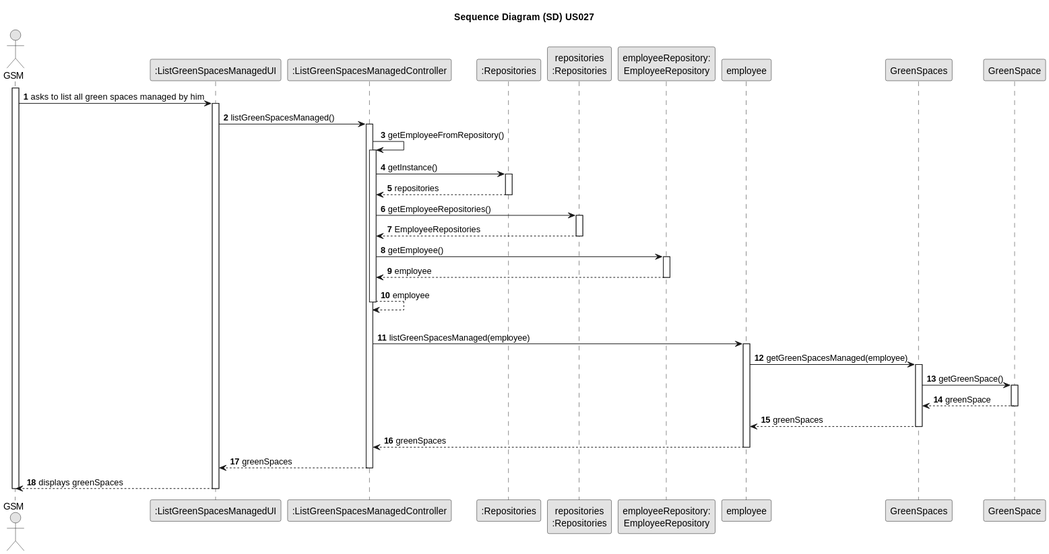
This is docs/sprintC/US027/03.design/svg/us027-sequence-diagram-full.svg from LopemigueISEP/lei-24-s2-1nb-g312, a PlantUML export, as it was before one commit. Its diagram source:
```plantuml
@startuml
skinparam monochrome true
skinparam packageStyle rectangle
skinparam shadowing false

autonumber

title Sequence Diagram (SD) US027

actor "GSM" as GSM
participant ":ListGreenSpacesManagedUI" as UI
participant ":ListGreenSpacesManagedController" as CTRL
participant ":Repositories" as RepositorySingleton
participant "repositories\n:Repositories" as PLAT
participant "employeeRepository:\nEmployeeRepository" as EmployeeRepository
participant "employee" as employee
participant "GreenSpaces" as GreenSpaces
participant "GreenSpace" as GreenSpace

activate GSM

        GSM -> UI : asks to list all green spaces managed by him

        activate UI



            UI -> CTRL : listGreenSpacesManaged()
            activate CTRL

                CTRL->CTRL: getEmployeeFromRepository()

                    activate CTRL
                    CTRL -> RepositorySingleton : getInstance()
                    activate RepositorySingleton

                    RepositorySingleton --> CTRL : repositories
                    deactivate RepositorySingleton

                    CTRL -> PLAT : getEmployeeRepositories()
                    activate PLAT


                    PLAT --> CTRL : EmployeeRepositories
                    deactivate PLAT


                    CTRL -> EmployeeRepository: getEmployee()
                    activate EmployeeRepository
                    EmployeeRepository -->CTRL: employee
                    deactivate EmployeeRepository

                CTRL-->CTRL: employee
                deactivate CTRL

                |||











                CTRL -> "employee" : listGreenSpacesManaged(employee)
                    activate "employee"

                    "employee" ->"GreenSpaces" : getGreenSpacesManaged(employee)

                    activate GreenSpaces
                         GreenSpaces -> GreenSpace: getGreenSpace()
                         activate GreenSpace
                         GreenSpace --> GreenSpaces: greenSpace
                         deactivate GreenSpace
                         GreenSpaces -->employee: greenSpaces


                    deactivate GreenSpaces

                    "employee" --> CTRL: greenSpaces

                    deactivate "employee"








                    CTRL --> UI: greenSpaces
            deactivate CTRL
            UI --> GSM: displays greenSpaces
    deactivate UI

deactivate GSM
@enduml
```
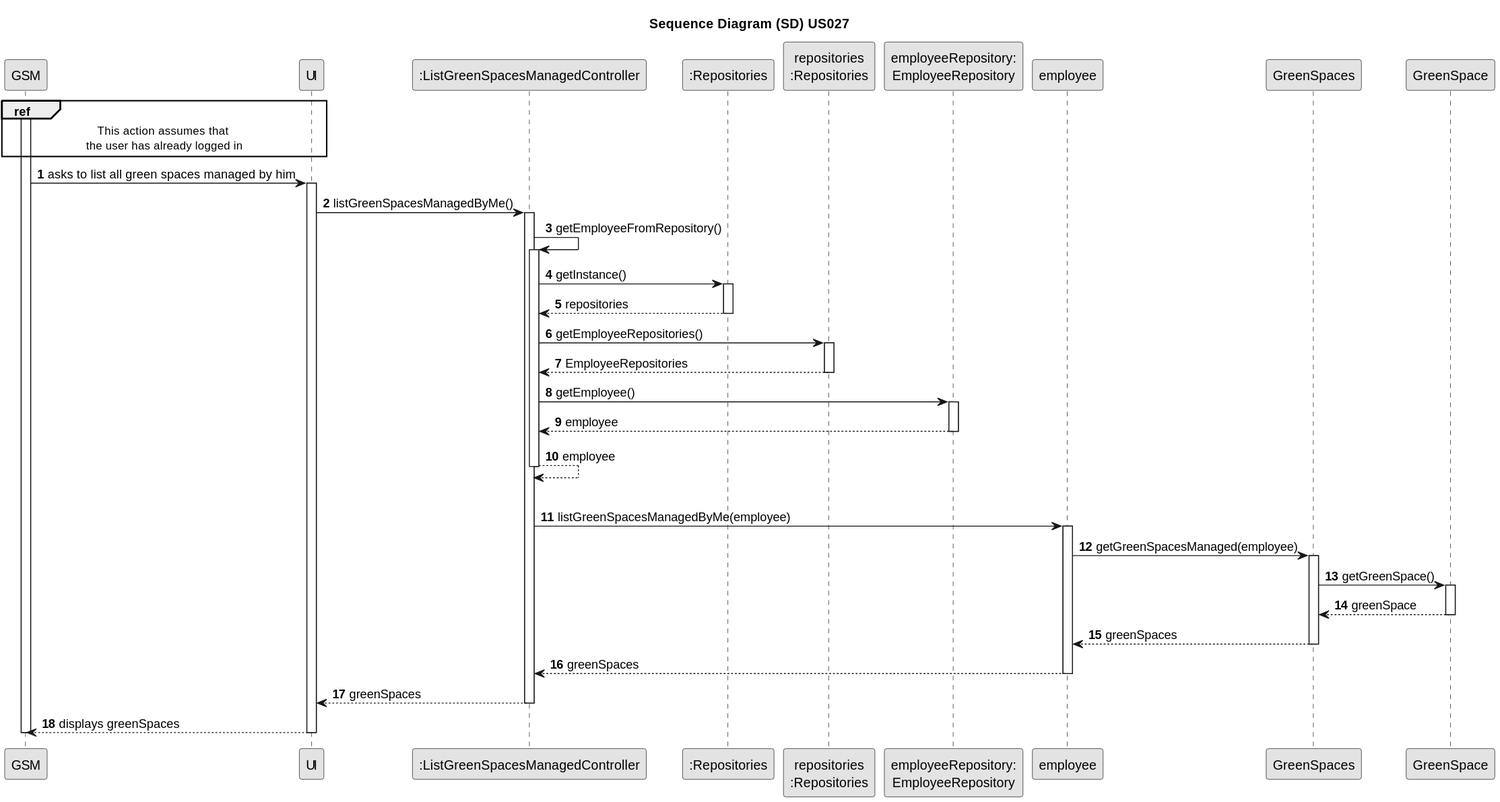
The same diagram one commit later.

The edit, as a diff of the source:
```diff
@@ -6,6 +6,8 @@
 autonumber
 
 title Sequence Diagram (SD) US027
+ref over GSM, UI : This action assumes that \nthe user has already logged in
+
 
 actor "GSM" as GSM
 participant ":ListGreenSpacesManagedUI" as UI
@@ -25,7 +27,7 @@
 
 
 
-            UI -> CTRL : listGreenSpacesManaged()
+            UI -> CTRL : listGreenSpacesManagedByMe()
             activate CTRL
 
                 CTRL->CTRL: getEmployeeFromRepository()
@@ -65,7 +67,7 @@
 
 
 
-                CTRL -> "employee" : listGreenSpacesManaged(employee)
+                CTRL -> "employee" : listGreenSpacesManagedByMe(employee)
                     activate "employee"
 
                     "employee" ->"GreenSpaces" : getGreenSpacesManaged(employee)
```
